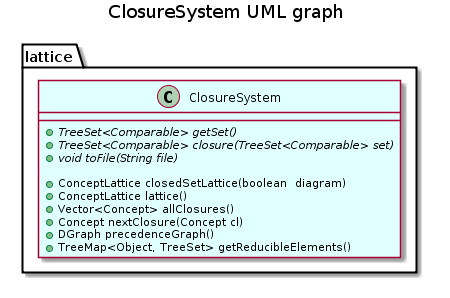
Above: api/lattice/ClosureSystem.png in EstrellaRL/java-lattices (PlantUML), before the change.
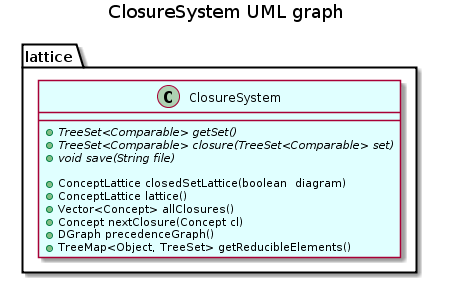
After the change.

The edit, as a diff of the source:
```diff
@@ -3,7 +3,7 @@
     class ClosureSystem {
         +{abstract} TreeSet<Comparable> getSet()
         +{abstract} TreeSet<Comparable> closure(TreeSet<Comparable> set)
-        +{abstract} void toFile(String file)
+        +{abstract} void save(String file)
 
         +ConceptLattice closedSetLattice(boolean  diagram)
         +ConceptLattice lattice()
```
